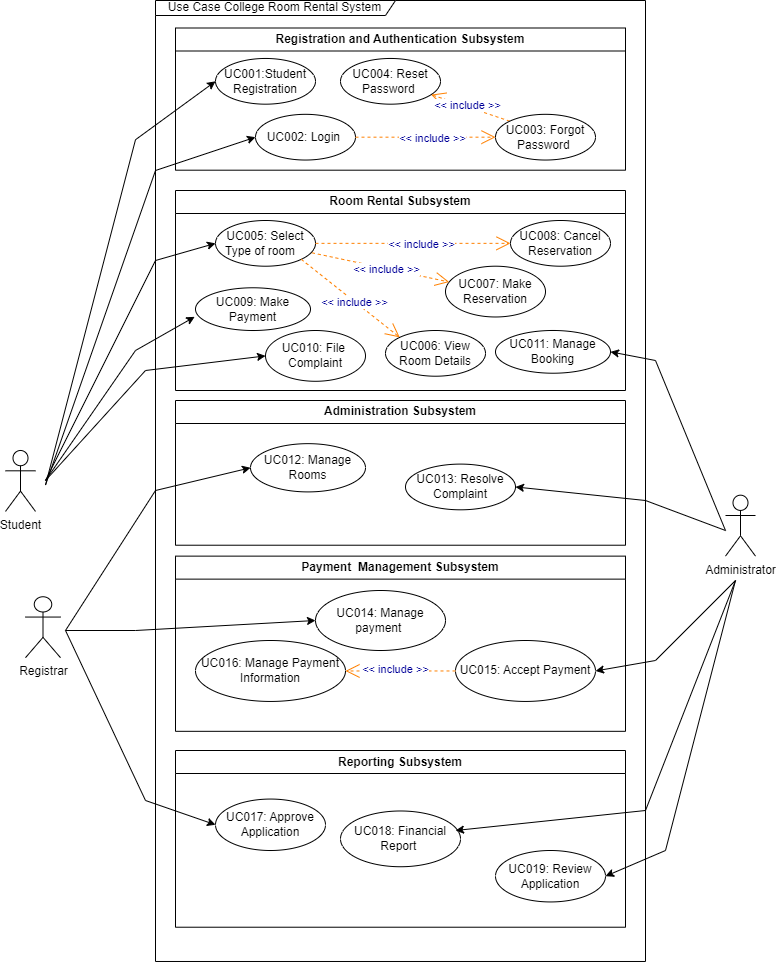
The draw.io diagram project/drawio/Alpha/useCasediagram.drawio.png in drshahizan/software-engineering, before a commit. Source tidied: cells renumbered, new cells last; positions are measured from the earlier drawing's top-left corner, leaving out a move shared by most shapes.
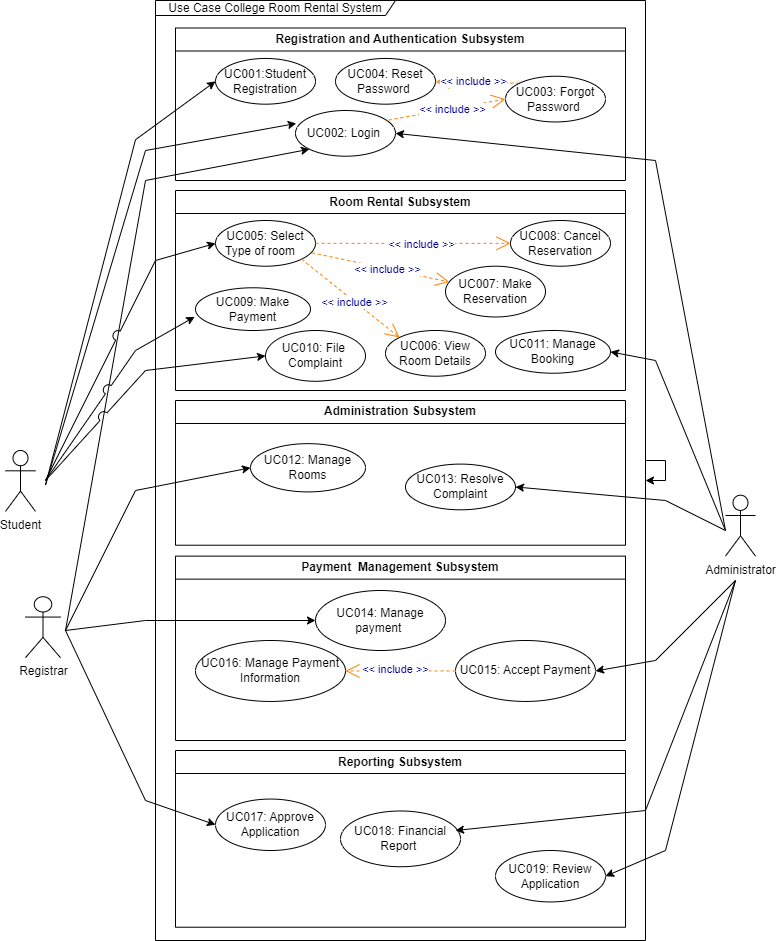
Later version of the same file.

Diff of the diagram source:
```diff
@@ -2,27 +2,43 @@
   <root>
     <mxCell id="0" />
     <mxCell id="1" parent="0" />
+    <mxCell id="49" style="endArrow=classic;html=1;rounded=0;entryX=0;entryY=1;entryDx=0;entryDy=0;jumpStyle=none;jumpSize=10;" parent="1" edge="1" target="4">
+      <mxGeometry relative="1" as="geometry">
+        <mxPoint x="60" y="630" as="sourcePoint" />
+        <Array as="points">
+          <mxPoint x="140" y="180" />
+        </Array>
+      </mxGeometry>
+    </mxCell>
     <mxCell id="2" value="Registration and Authentication Subsystem" style="swimlane;whiteSpace=wrap;html=1;" parent="1" vertex="1">
-      <mxGeometry x="170" y="27.5" width="450" height="142.2" as="geometry" />
+      <mxGeometry x="170" y="27.5" width="450" height="152.5" as="geometry" />
     </mxCell>
     <mxCell id="3" value="UC001:Student Registration" style="ellipse;whiteSpace=wrap;html=1;" parent="2" vertex="1">
       <mxGeometry x="40" y="30.5" width="100" height="45.7" as="geometry" />
     </mxCell>
     <mxCell id="4" value="UC002: Login&amp;nbsp;" style="ellipse;whiteSpace=wrap;html=1;" parent="2" vertex="1">
-      <mxGeometry x="80" y="86.3" width="100" height="45.7" as="geometry" />
+      <mxGeometry x="120" y="82.5" width="100" height="45.7" as="geometry" />
     </mxCell>
     <mxCell id="5" value="UC004: Reset Password&amp;nbsp;" style="ellipse;whiteSpace=wrap;html=1;" parent="2" vertex="1">
-      <mxGeometry x="165" y="30.5" width="100" height="45.7" as="geometry" />
+      <mxGeometry x="160" y="30.5" width="100" height="45.7" as="geometry" />
     </mxCell>
     <mxCell id="6" value="&amp;lt;&amp;lt; include &amp;gt;&amp;gt;" style="endArrow=open;endSize=12;dashed=1;html=1;fontColor=#000099;strokeColor=#FF8000;exitX=0;exitY=0;exitDx=0;exitDy=0;" parent="2" edge="1" source="7" target="5">
       <mxGeometry x="0.09" y="-1" relative="1" as="geometry" />
     </mxCell>
     <mxCell id="7" value="UC003: Forgot Password&amp;nbsp;" style="ellipse;whiteSpace=wrap;html=1;" parent="2" vertex="1">
-      <mxGeometry x="320" y="86.3" width="100" height="45.7" as="geometry" />
+      <mxGeometry x="330" y="48.2" width="100" height="45.7" as="geometry" />
     </mxCell>
-    <mxCell id="8" value="&amp;lt;&amp;lt; include &amp;gt;&amp;gt;" style="endArrow=open;endSize=12;dashed=1;html=1;entryX=0;entryY=0.5;fontColor=#000099;strokeColor=#FF8000;entryDx=0;entryDy=0;exitX=1;exitY=0.5;exitDx=0;exitDy=0;" parent="2" edge="1" source="4" target="7">
+    <mxCell id="8" value="&amp;lt;&amp;lt; include &amp;gt;&amp;gt;" style="endArrow=open;endSize=12;dashed=1;html=1;entryX=0;entryY=0.5;fontColor=#000099;strokeColor=#FF8000;entryDx=0;entryDy=0;exitX=0.932;exitY=0.209;exitDx=0;exitDy=0;exitPerimeter=0;" parent="2" edge="1" source="4" target="7">
       <mxGeometry x="0.09" y="-1" relative="1" as="geometry" />
     </mxCell>
+    <mxCell id="50" style="endArrow=classic;html=1;rounded=0;entryX=1;entryY=0.5;entryDx=0;entryDy=0;" parent="2" edge="1" target="4">
+      <mxGeometry relative="1" as="geometry">
+        <mxPoint x="550" y="502.5" as="sourcePoint" />
+        <Array as="points">
+          <mxPoint x="480" y="132.5" />
+        </Array>
+      </mxGeometry>
+    </mxCell>
     <mxCell id="9" value="Room Rental Subsystem" style="swimlane;whiteSpace=wrap;html=1;" parent="1" vertex="1">
       <mxGeometry x="170" y="190" width="450" height="200" as="geometry" />
     </mxCell>
@@ -56,9 +72,6 @@
     <mxCell id="19" value="UC009: Make Payment" style="ellipse;whiteSpace=wrap;html=1;" parent="9" vertex="1">
       <mxGeometry x="20" y="97.3" width="115" height="42.7" as="geometry" />
     </mxCell>
-    <mxCell id="20" value="Use Case College Room Rental System" style="shape=umlFrame;whiteSpace=wrap;html=1;width=240;height=15;" parent="9" vertex="1">
-      <mxGeometry x="-20" y="-190" width="490" height="961" as="geometry" />
-    </mxCell>
     <mxCell id="21" value="UC016: Manage Payment Information" style="ellipse;whiteSpace=wrap;html=1;" parent="9" vertex="1">
       <mxGeometry x="20" y="450" width="150" height="60.9" as="geometry" />
     </mxCell>
@@ -72,7 +85,7 @@
       <mxGeometry x="0.09" y="-1" relative="1" as="geometry" />
     </mxCell>
     <mxCell id="25" value="Payment&amp;nbsp; Management Subsystem" style="swimlane;whiteSpace=wrap;html=1;" parent="1" vertex="1">
-      <mxGeometry x="170" y="555.6" width="450" height="175.2" as="geometry" />
+      <mxGeometry x="170" y="555.6" width="450" height="184.4" as="geometry" />
     </mxCell>
     <mxCell id="26" value="Reporting Subsystem" style="swimlane;whiteSpace=wrap;html=1;" parent="1" vertex="1">
       <mxGeometry x="170" y="750" width="450" height="176.7" as="geometry" />
@@ -109,18 +122,18 @@
         </Array>
       </mxGeometry>
     </mxCell>
-    <mxCell id="36" style="endArrow=classic;html=1;rounded=0;entryX=0;entryY=0.5;entryDx=0;entryDy=0;" parent="1" edge="1" target="4">
+    <mxCell id="36" style="endArrow=classic;html=1;rounded=0;entryX=0.008;entryY=0.284;entryDx=0;entryDy=0;entryPerimeter=0;" parent="1" edge="1" target="4">
       <mxGeometry relative="1" as="geometry">
         <mxPoint x="40" y="484.5" as="sourcePoint" />
         <Array as="points">
-          <mxPoint x="150" y="170" />
+          <mxPoint x="140" y="150" />
         </Array>
       </mxGeometry>
     </mxCell>
     <mxCell id="37" value="Student" style="shape=umlActor;verticalLabelPosition=bottom;verticalAlign=top;html=1;" parent="1" vertex="1">
       <mxGeometry y="450" width="30" height="60.9" as="geometry" />
     </mxCell>
-    <mxCell id="38" style="endArrow=classic;html=1;rounded=0;entryX=0;entryY=0.5;entryDx=0;entryDy=0;" parent="1" edge="1" target="12">
+    <mxCell id="38" style="endArrow=classic;html=1;rounded=0;entryX=0;entryY=0.5;entryDx=0;entryDy=0;jumpStyle=arc;jumpSize=10;" parent="1" edge="1" target="12">
       <mxGeometry relative="1" as="geometry">
         <mxPoint x="40" y="480" as="sourcePoint" />
         <Array as="points">
@@ -128,14 +141,6 @@
         </Array>
       </mxGeometry>
     </mxCell>
-    <mxCell id="39" style="endArrow=classic;html=1;rounded=0;entryX=0;entryY=0.5;entryDx=0;entryDy=0;" parent="1" edge="1" target="18">
-      <mxGeometry relative="1" as="geometry">
-        <mxPoint x="40" y="480" as="sourcePoint" />
-        <Array as="points">
-          <mxPoint x="140" y="370" />
-        </Array>
-      </mxGeometry>
-    </mxCell>
     <mxCell id="40" style="endArrow=classic;html=1;rounded=0;entryX=1;entryY=0.5;entryDx=0;entryDy=0;" parent="1" edge="1" target="27">
       <mxGeometry relative="1" as="geometry">
         <mxPoint x="730" y="580" as="sourcePoint" />
@@ -153,6 +158,14 @@
         </Array>
       </mxGeometry>
     </mxCell>
+    <mxCell id="39" style="endArrow=classic;html=1;rounded=0;entryX=0;entryY=0.5;entryDx=0;entryDy=0;jumpStyle=arc;jumpSize=10;" parent="1" edge="1" target="18">
+      <mxGeometry relative="1" as="geometry">
+        <mxPoint x="40" y="480" as="sourcePoint" />
+        <Array as="points">
+          <mxPoint x="140" y="370" />
+        </Array>
+      </mxGeometry>
+    </mxCell>
     <mxCell id="42" style="endArrow=classic;html=1;rounded=0;entryX=0;entryY=0.5;entryDx=0;entryDy=0;" parent="1" edge="1" target="29">
       <mxGeometry relative="1" as="geometry">
         <mxPoint x="60" y="630" as="sourcePoint" />
@@ -173,7 +186,7 @@
       <mxGeometry relative="1" as="geometry">
         <mxPoint x="60" y="630" as="sourcePoint" />
         <Array as="points">
-          <mxPoint x="150" y="490" />
+          <mxPoint x="130" y="490" />
         </Array>
       </mxGeometry>
     </mxCell>
@@ -181,11 +194,19 @@
       <mxGeometry relative="1" as="geometry">
         <mxPoint x="720" y="530" as="sourcePoint" />
         <Array as="points">
-          <mxPoint x="640" y="500" />
+          <mxPoint x="660" y="500" />
         </Array>
       </mxGeometry>
     </mxCell>
+    <mxCell id="47" style="endArrow=classic;html=1;rounded=0;entryX=1;entryY=0.5;entryDx=0;entryDy=0;" parent="1" edge="1" target="17">
+      <mxGeometry relative="1" as="geometry">
+        <mxPoint x="720" y="530" as="sourcePoint" />
+        <Array as="points">
+          <mxPoint x="650" y="360" />
+        </Array>
+      </mxGeometry>
+    </mxCell>
-    <mxCell id="46" style="endArrow=classic;html=1;rounded=0;entryX=-0.007;entryY=0.68;entryDx=0;entryDy=0;entryPerimeter=0;" parent="1" edge="1" target="19">
+    <mxCell id="46" style="endArrow=classic;html=1;rounded=0;entryX=-0.007;entryY=0.68;entryDx=0;entryDy=0;entryPerimeter=0;jumpStyle=arc;jumpSize=10;" parent="1" edge="1" target="19">
       <mxGeometry relative="1" as="geometry">
         <mxPoint x="40" y="480" as="sourcePoint" />
         <Array as="points">
@@ -193,21 +214,19 @@
         </Array>
       </mxGeometry>
     </mxCell>
-    <mxCell id="47" style="endArrow=classic;html=1;rounded=0;entryX=1;entryY=0.5;entryDx=0;entryDy=0;" parent="1" edge="1" target="17">
-      <mxGeometry relative="1" as="geometry">
-        <mxPoint x="720" y="530" as="sourcePoint" />
-        <Array as="points">
-          <mxPoint x="650" y="360" />
-        </Array>
-      </mxGeometry>
-    </mxCell>
     <mxCell id="48" style="endArrow=classic;html=1;rounded=0;entryX=0;entryY=0.5;entryDx=0;entryDy=0;" parent="1" edge="1" target="22">
       <mxGeometry relative="1" as="geometry">
         <mxPoint x="60" y="630" as="sourcePoint" />
         <Array as="points">
-          <mxPoint x="130" y="630" />
+          <mxPoint x="140" y="620" />
         </Array>
       </mxGeometry>
     </mxCell>
+    <mxCell id="20" value="Use Case College Room Rental System" style="shape=umlFrame;whiteSpace=wrap;html=1;width=240;height=15;" parent="1" vertex="1">
+      <mxGeometry x="150" width="490" height="940" as="geometry" />
+    </mxCell>
+    <mxCell id="51" style="edgeStyle=orthogonalEdgeStyle;rounded=0;orthogonalLoop=1;jettySize=auto;html=1;" parent="1" edge="1" source="20" target="20">
+      <mxGeometry relative="1" as="geometry" />
+    </mxCell>
   </root>
 </mxGraphModel>
```
